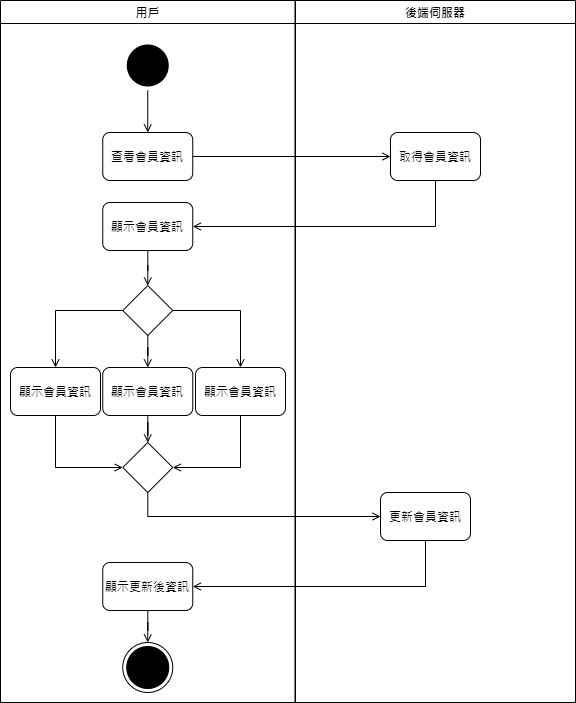
10746010/Plearnet-back-end keeps this draw.io diagram as src/main/uml/information.png. Above is the earlier version. Source tidied: cells renumbered, new cells last; positions are measured from the earlier drawing's top-left corner, leaving out a move shared by most shapes. The source it was exported from:
```xml
<mxGraphModel background="#ffffff">
  <root>
    <mxCell id="0" />
    <mxCell id="1" parent="0" />
    <mxCell id="2" value="用戶" style="swimlane;whiteSpace=wrap;" parent="1" vertex="1">
      <mxGeometry width="294.5" height="702" as="geometry" />
    </mxCell>
    <mxCell id="3" style="edgeStyle=orthogonalEdgeStyle;rounded=0;jettySize=auto;html=1;endArrow=open;endFill=0;" parent="2" edge="1" source="4" target="6">
      <mxGeometry relative="1" as="geometry" />
    </mxCell>
    <mxCell id="4" style="ellipse;shape=startState;fillColor=#000000;strokeColor=none;" parent="2" vertex="1">
      <mxGeometry x="122.2" y="40" width="50" height="50" as="geometry" />
    </mxCell>
    <mxCell id="5" style="ellipse;html=1;shape=endState;fillColor=#000000;shadow=0;sketch=0;" parent="2" vertex="1">
      <mxGeometry x="122.2" y="642" width="50" height="50" as="geometry" />
    </mxCell>
    <mxCell id="6" value="查看會員資訊" style="rounded=1;whiteSpace=wrap;html=1;" parent="2" vertex="1">
      <mxGeometry x="102.2" y="132" width="90" height="48" as="geometry" />
    </mxCell>
    <mxCell id="7" style="edgeStyle=orthogonalEdgeStyle;rounded=0;jettySize=auto;html=1;endArrow=open;endFill=0;" parent="2" edge="1" source="8" target="11">
      <mxGeometry relative="1" as="geometry" />
    </mxCell>
    <mxCell id="8" value="顯示會員資訊" style="rounded=1;whiteSpace=wrap;html=1;" parent="2" vertex="1">
      <mxGeometry x="102.2" y="202" width="90" height="48" as="geometry" />
    </mxCell>
    <mxCell id="9" style="edgeStyle=orthogonalEdgeStyle;rounded=0;jettySize=auto;html=1;endArrow=open;endFill=0;" parent="2" edge="1" source="11" target="16">
      <mxGeometry relative="1" as="geometry" />
    </mxCell>
    <mxCell id="10" style="edgeStyle=orthogonalEdgeStyle;rounded=0;jettySize=auto;html=1;endArrow=open;endFill=0;" parent="2" edge="1" source="11" target="18">
      <mxGeometry relative="1" as="geometry" />
    </mxCell>
    <mxCell id="11" style="rhombus;whiteSpace=wrap;html=1;strokeWidth=1;fillColor=#FFFFFF;" parent="2" vertex="1">
      <mxGeometry x="122.2" y="285" width="50" height="50" as="geometry" />
    </mxCell>
    <mxCell id="12" style="edgeStyle=orthogonalEdgeStyle;rounded=0;jettySize=auto;html=1;endArrow=open;endFill=0;" parent="2" edge="1" source="13" target="19">
      <mxGeometry relative="1" as="geometry">
        <Array as="points">
          <mxPoint x="55" y="467" />
        </Array>
      </mxGeometry>
    </mxCell>
    <mxCell id="13" value="顯示會員資訊" style="rounded=1;whiteSpace=wrap;html=1;" parent="2" vertex="1">
      <mxGeometry x="10" y="367" width="90" height="48" as="geometry" />
    </mxCell>
    <mxCell id="14" style="edgeStyle=orthogonalEdgeStyle;rounded=0;jettySize=auto;html=1;endArrow=open;endFill=0;" parent="2" edge="1" source="11" target="13">
      <mxGeometry relative="1" as="geometry" />
    </mxCell>
    <mxCell id="15" style="edgeStyle=orthogonalEdgeStyle;rounded=0;jettySize=auto;html=1;endArrow=open;endFill=0;" parent="2" edge="1" source="16" target="19">
      <mxGeometry relative="1" as="geometry" />
    </mxCell>
    <mxCell id="16" value="顯示會員資訊" style="rounded=1;whiteSpace=wrap;html=1;" parent="2" vertex="1">
      <mxGeometry x="102.2" y="367" width="90" height="48" as="geometry" />
    </mxCell>
    <mxCell id="17" style="edgeStyle=orthogonalEdgeStyle;rounded=0;jettySize=auto;html=1;endArrow=open;endFill=0;" parent="2" edge="1" source="18" target="19">
      <mxGeometry relative="1" as="geometry">
        <Array as="points">
          <mxPoint x="240" y="467" />
        </Array>
      </mxGeometry>
    </mxCell>
    <mxCell id="18" value="顯示會員資訊" style="rounded=1;whiteSpace=wrap;html=1;" parent="2" vertex="1">
      <mxGeometry x="195" y="367" width="90" height="48" as="geometry" />
    </mxCell>
    <mxCell id="19" style="rhombus;whiteSpace=wrap;html=1;strokeWidth=1;fillColor=#FFFFFF;" parent="2" vertex="1">
      <mxGeometry x="122.2" y="442" width="50" height="50" as="geometry" />
    </mxCell>
    <mxCell id="20" style="edgeStyle=orthogonalEdgeStyle;rounded=0;jettySize=auto;html=1;endArrow=open;endFill=0;" parent="2" edge="1" source="21" target="5">
      <mxGeometry relative="1" as="geometry" />
    </mxCell>
    <mxCell id="21" value="顯示更新後資訊" style="rounded=1;whiteSpace=wrap;html=1;" parent="2" vertex="1">
      <mxGeometry x="102.2" y="562" width="90" height="48" as="geometry" />
    </mxCell>
    <mxCell id="22" value="後端伺服器" style="swimlane;whiteSpace=wrap;" parent="1" vertex="1">
      <mxGeometry x="295" width="280" height="702" as="geometry" />
    </mxCell>
    <mxCell id="23" value="取得會員資訊" style="rounded=1;whiteSpace=wrap;html=1;" parent="22" vertex="1">
      <mxGeometry x="95" y="132" width="90" height="48" as="geometry" />
    </mxCell>
    <mxCell id="24" value="更新會員資訊" style="rounded=1;whiteSpace=wrap;html=1;" parent="22" vertex="1">
      <mxGeometry x="85" y="492" width="90" height="48" as="geometry" />
    </mxCell>
    <mxCell id="25" style="edgeStyle=orthogonalEdgeStyle;rounded=0;jettySize=auto;html=1;endArrow=open;endFill=0;" parent="1" edge="1" source="6" target="23">
      <mxGeometry relative="1" as="geometry" />
    </mxCell>
    <mxCell id="26" style="edgeStyle=orthogonalEdgeStyle;rounded=0;jettySize=auto;html=1;endArrow=open;endFill=0;" parent="1" edge="1" source="23" target="8">
      <mxGeometry relative="1" as="geometry">
        <Array as="points">
          <mxPoint x="435" y="226" />
        </Array>
      </mxGeometry>
    </mxCell>
    <mxCell id="27" style="edgeStyle=orthogonalEdgeStyle;rounded=0;jettySize=auto;html=1;endArrow=open;endFill=0;" parent="1" edge="1" source="19" target="24">
      <mxGeometry relative="1" as="geometry">
        <Array as="points">
          <mxPoint x="147" y="516" />
        </Array>
      </mxGeometry>
    </mxCell>
    <mxCell id="28" style="edgeStyle=orthogonalEdgeStyle;rounded=0;jettySize=auto;html=1;endArrow=open;endFill=0;" parent="1" edge="1" source="24" target="21">
      <mxGeometry relative="1" as="geometry">
        <Array as="points">
          <mxPoint x="425" y="586" />
        </Array>
      </mxGeometry>
    </mxCell>
  </root>
</mxGraphModel>
```
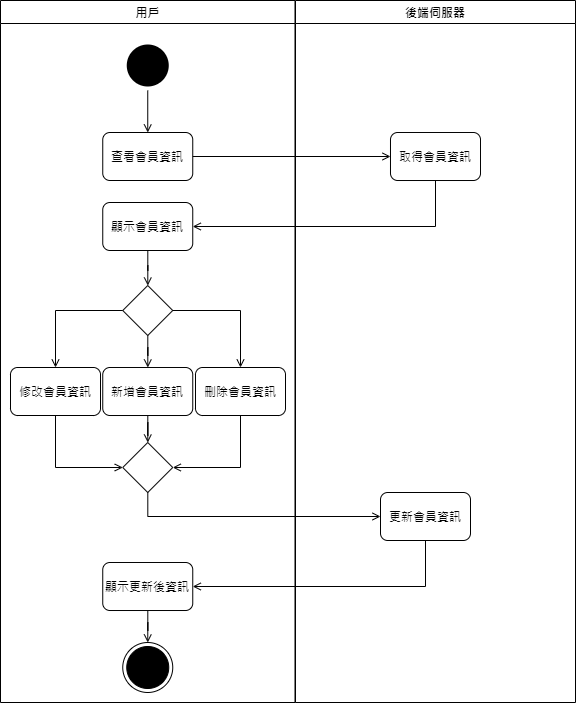
The same diagram one commit later.

Commit message:
update information Activity diagram

Change to the diagram source:
```diff
@@ -39,7 +39,7 @@
         </Array>
       </mxGeometry>
     </mxCell>
-    <mxCell id="13" value="顯示會員資訊" style="rounded=1;whiteSpace=wrap;html=1;" parent="2" vertex="1">
+    <mxCell id="13" value="修改會員資訊" style="rounded=1;whiteSpace=wrap;html=1;" parent="2" vertex="1">
       <mxGeometry x="10" y="367" width="90" height="48" as="geometry" />
     </mxCell>
     <mxCell id="14" style="edgeStyle=orthogonalEdgeStyle;rounded=0;jettySize=auto;html=1;endArrow=open;endFill=0;" parent="2" edge="1" source="11" target="13">
@@ -48,7 +48,7 @@
     <mxCell id="15" style="edgeStyle=orthogonalEdgeStyle;rounded=0;jettySize=auto;html=1;endArrow=open;endFill=0;" parent="2" edge="1" source="16" target="19">
       <mxGeometry relative="1" as="geometry" />
     </mxCell>
-    <mxCell id="16" value="顯示會員資訊" style="rounded=1;whiteSpace=wrap;html=1;" parent="2" vertex="1">
+    <mxCell id="16" value="新增會員資訊" style="rounded=1;whiteSpace=wrap;html=1;" parent="2" vertex="1">
       <mxGeometry x="102.2" y="367" width="90" height="48" as="geometry" />
     </mxCell>
     <mxCell id="17" style="edgeStyle=orthogonalEdgeStyle;rounded=0;jettySize=auto;html=1;endArrow=open;endFill=0;" parent="2" edge="1" source="18" target="19">
@@ -58,7 +58,7 @@
         </Array>
       </mxGeometry>
     </mxCell>
-    <mxCell id="18" value="顯示會員資訊" style="rounded=1;whiteSpace=wrap;html=1;" parent="2" vertex="1">
+    <mxCell id="18" value="刪除會員資訊" style="rounded=1;whiteSpace=wrap;html=1;" parent="2" vertex="1">
       <mxGeometry x="195" y="367" width="90" height="48" as="geometry" />
     </mxCell>
     <mxCell id="19" style="rhombus;whiteSpace=wrap;html=1;strokeWidth=1;fillColor=#FFFFFF;" parent="2" vertex="1">
```
